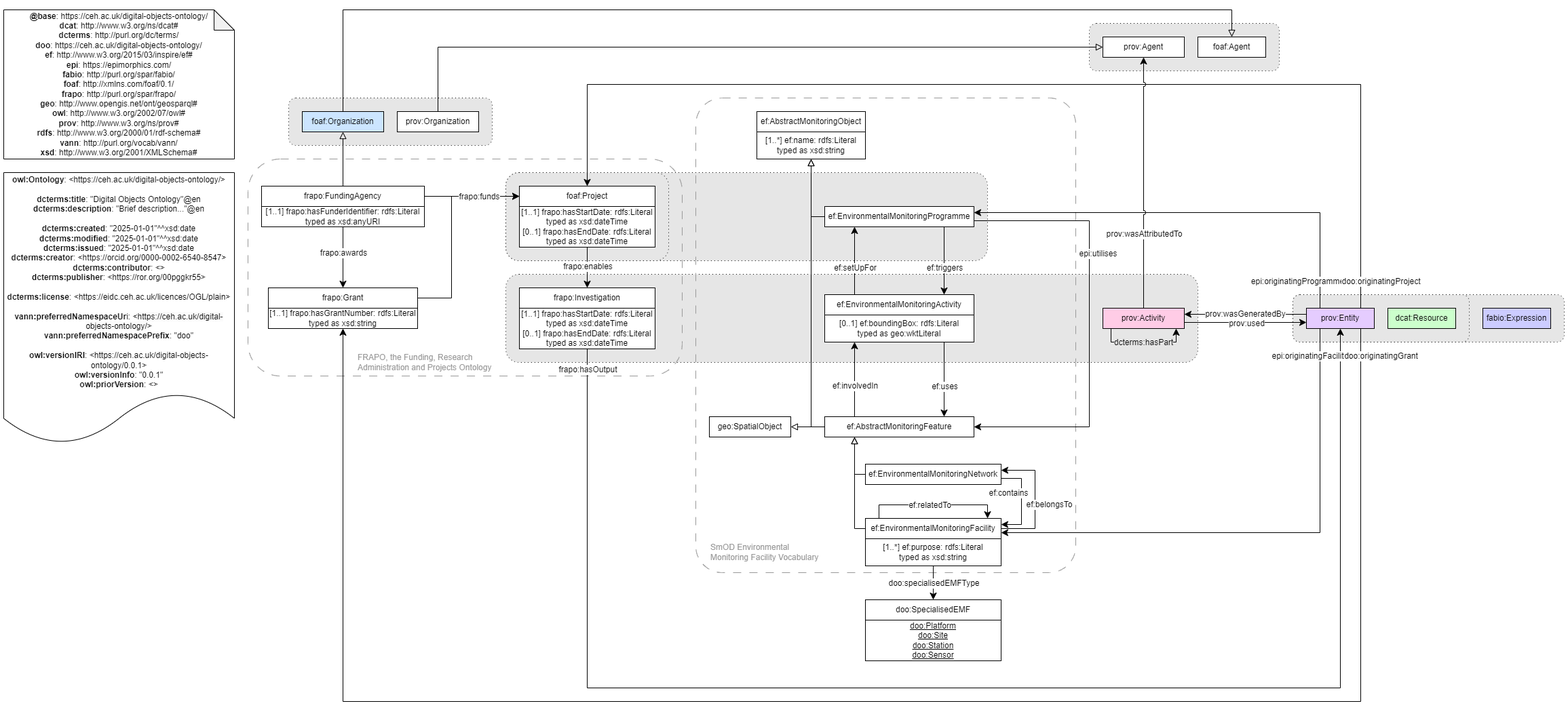
Before: ontology/digital_objects_ontology.png, a diagram exported from draw.io (NERC-CEH/digital-objects-ontology). Source tidied: cells renumbered, new cells last; positions are measured from the earlier drawing's top-left corner, leaving out a move shared by most shapes.
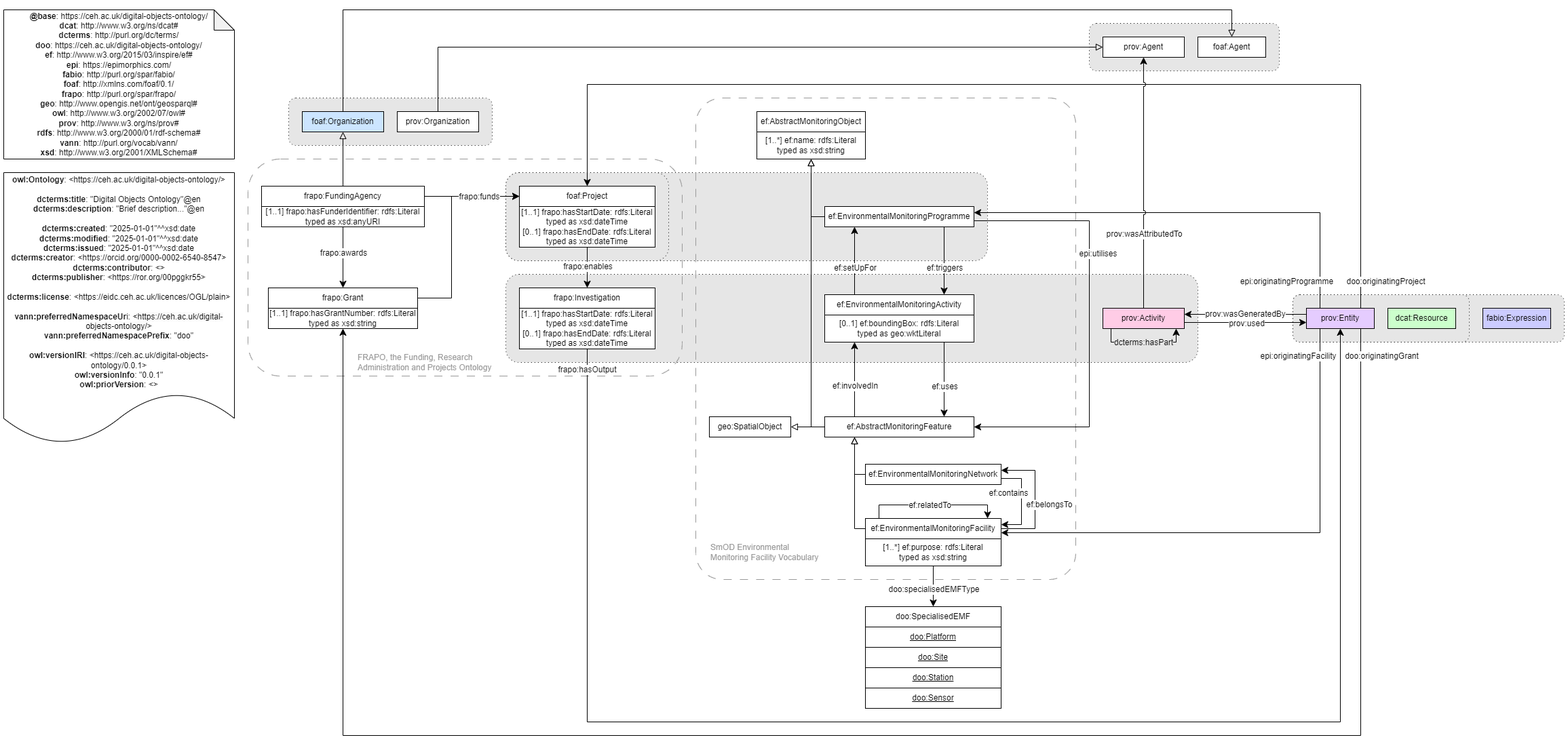
The same diagram one commit later.

What changed in the source:
```diff
@@ -38,7 +38,7 @@
       <mxGeometry x="1600" y="20" width="280" height="70" as="geometry" />
     </mxCell>
     <mxCell id="12" style="rounded=1;whiteSpace=wrap;html=1;fillColor=none;dashed=1;dashPattern=12 12;strokeColor=#999999;arcSize=7;" parent="1" vertex="1">
-      <mxGeometry x="1020" y="130" width="560" height="700" as="geometry" />
+      <mxGeometry x="1020" y="130" width="560" height="710" as="geometry" />
     </mxCell>
     <mxCell id="13" style="endArrow=classic;html=1;exitX=0.2;exitY=0;exitDx=0;exitDy=0;entryX=0.2;entryY=1;entryDx=0;entryDy=0;endSize=8;arcSize=0;rounded=0;" parent="1" edge="1" source="21" target="90">
       <mxGeometry relative="1" as="geometry" />
@@ -120,7 +120,7 @@
     </mxCell>
     <mxCell id="31" value="&lt;div&gt;doo:specialisedEMFType&lt;/div&gt;" style="edgeLabel;html=1;align=center;verticalAlign=middle;fontSize=12;" parent="30" vertex="1">
       <mxGeometry x="-0.19" y="-1" relative="1" as="geometry">
-        <mxPoint x="1" y="5" as="offset" />
+        <mxPoint x="1" y="10" as="offset" />
       </mxGeometry>
     </mxCell>
     <mxCell id="32" style="endArrow=classic;html=1;entryX=1;entryY=0.3;entryDx=0;entryDy=0;endSize=8;arcSize=0;rounded=0;exitX=1;exitY=0.5;exitDx=0;exitDy=0;" parent="1" edge="1" source="92" target="22">
@@ -194,14 +194,14 @@
     <mxCell id="48" style="endArrow=classic;html=1;exitX=0.5;exitY=1;exitDx=0;exitDy=0;endSize=8;arcSize=0;rounded=0;entryX=0.5;entryY=1;entryDx=0;entryDy=0;" parent="1" edge="1" source="45" target="70">
       <mxGeometry relative="1" as="geometry">
         <Array as="points">
-          <mxPoint x="860" y="1000" />
-          <mxPoint x="1970" y="1000" />
+          <mxPoint x="860" y="1050" />
+          <mxPoint x="1970" y="1050" />
         </Array>
       </mxGeometry>
     </mxCell>
     <mxCell id="49" value="&lt;div&gt;frapo:hasOutput&lt;/div&gt;" style="text;html=1;align=center;verticalAlign=middle;labelBackgroundColor=#ffffff;" parent="48" vertex="1">
       <mxGeometry x="-0.13" relative="1" as="geometry">
-        <mxPoint x="-434" y="-470" as="offset" />
+        <mxPoint x="-428" y="-520" as="offset" />
       </mxGeometry>
     </mxCell>
     <mxCell id="50" value="geo:SpatialObject" style="rounded=0;whiteSpace=wrap;html=1;snapToPoint=1;points=[[0.1,0],[0.2,0],[0.3,0],[0.4,0],[0.5,0],[0.6,0],[0.7,0],[0.8,0],[0.9,0],[0,0.1],[0,0.3],[0,0.5],[0,0.7],[0,0.9],[0.1,1],[0.2,1],[0.3,1],[0.4,1],[0.5,1],[0.6,1],[0.7,1],[0.8,1],[0.9,1],[1,0.1],[1,0.3],[1,0.5],[1,0.7],[1,0.9]];" parent="1" vertex="1">
@@ -252,7 +252,7 @@
     </mxCell>
     <mxCell id="61" value="&lt;div&gt;&lt;font&gt;epi:originatingProgramme&lt;/font&gt;&lt;/div&gt;" style="edgeLabel;html=1;align=center;verticalAlign=middle;fontSize=12;labelBackgroundColor=#FFFFFF;" parent="60" vertex="1">
       <mxGeometry x="-0.19" y="-1" relative="1" as="geometry">
-        <mxPoint x="89" y="102" as="offset" />
+        <mxPoint x="73" y="102" as="offset" />
       </mxGeometry>
     </mxCell>
     <mxCell id="62" style="endArrow=classic;html=1;exitX=0.2;exitY=1;exitDx=0;exitDy=0;entryX=1;entryY=0.7;entryDx=0;entryDy=0;endSize=8;arcSize=0;rounded=0;" parent="1" edge="1" source="70" target="92">
@@ -264,7 +264,7 @@
     </mxCell>
     <mxCell id="63" value="&lt;div&gt;&lt;font&gt;epi:originatingFacility&lt;/font&gt;&lt;/div&gt;" style="edgeLabel;html=1;align=center;verticalAlign=middle;fontSize=12;" parent="62" vertex="1">
       <mxGeometry x="-0.19" y="-1" relative="1" as="geometry">
-        <mxPoint x="-5" y="-260" as="offset" />
+        <mxPoint x="-22" y="-260" as="offset" />
       </mxGeometry>
     </mxCell>
     <mxCell id="64" style="endArrow=classic;html=1;exitX=0.1;exitY=1;exitDx=0;exitDy=0;entryX=0.9;entryY=1;entryDx=0;entryDy=0;endSize=8;arcSize=0;rounded=1;" parent="1" edge="1" source="17" target="17">
@@ -301,14 +301,14 @@
     <mxCell id="72" style="endArrow=classic;html=1;exitX=0.8;exitY=1;exitDx=0;exitDy=0;entryX=0.5;entryY=1;entryDx=0;entryDy=0;endSize=8;arcSize=0;rounded=0;" parent="1" edge="1" source="70" target="67">
       <mxGeometry relative="1" as="geometry">
         <Array as="points">
-          <mxPoint x="2000" y="1020" />
-          <mxPoint x="500" y="1020" />
+          <mxPoint x="2000" y="1070" />
+          <mxPoint x="500" y="1070" />
         </Array>
       </mxGeometry>
     </mxCell>
     <mxCell id="73" value="&lt;div&gt;&lt;font&gt;doo:originatingGrant&lt;/font&gt;&lt;/div&gt;" style="edgeLabel;html=1;align=center;verticalAlign=middle;fontSize=12;" parent="72" vertex="1">
       <mxGeometry x="-0.19" y="-1" relative="1" as="geometry">
-        <mxPoint x="531" y="-509" as="offset" />
+        <mxPoint x="522" y="-559" as="offset" />
       </mxGeometry>
     </mxCell>
     <mxCell id="74" style="group;" parent="1" vertex="1">
@@ -336,7 +336,7 @@
     </mxCell>
     <mxCell id="80" value="&lt;div&gt;&lt;font&gt;doo:originatingProject&lt;/font&gt;&lt;/div&gt;" style="edgeLabel;html=1;align=center;verticalAlign=middle;fontSize=12;" parent="79" vertex="1">
       <mxGeometry x="-0.19" y="-1" relative="1" as="geometry">
-        <mxPoint x="355" y="291" as="offset" />
+        <mxPoint x="362" y="291" as="offset" />
       </mxGeometry>
     </mxCell>
     <mxCell id="81" value="&lt;div&gt;&lt;b style=&quot;border-color: var(--border-color);&quot;&gt;owl:Ontology&lt;/b&gt;: &amp;lt;&lt;span style=&quot;background-color: rgb(251, 251, 251); color: light-dark(rgb(0, 0, 0), rgb(237, 237, 237));&quot;&gt;https://&lt;/span&gt;&lt;span style=&quot;background-color: light-dark(rgb(255, 255, 255), rgb(18, 18, 18)); color: light-dark(rgb(0, 0, 0), rgb(237, 237, 237));&quot;&gt;ceh.ac.uk/digital-objects-ontology/&amp;gt;&lt;/span&gt;&lt;/div&gt;&lt;div&gt;&lt;b&gt;&lt;br&gt;&lt;/b&gt;&lt;/div&gt;&lt;div&gt;&lt;b&gt;dcterms:title&lt;/b&gt;: &quot;Digital Objects Ontology&quot;@en &lt;br&gt;&lt;b&gt;dc&lt;/b&gt;&lt;b style=&quot;color: light-dark(rgb(0, 0, 0), rgb(237, 237, 237));&quot;&gt;terms&lt;/b&gt;&lt;b style=&quot;background-color: light-dark(rgb(255, 255, 255), rgb(18, 18, 18)); color: light-dark(rgb(0, 0, 0), rgb(237, 237, 237));&quot;&gt;:description&lt;/b&gt;&lt;span style=&quot;background-color: light-dark(rgb(255, 255, 255), rgb(18, 18, 18)); color: light-dark(rgb(0, 0, 0), rgb(237, 237, 237));&quot;&gt;: &quot;Brief description...&quot;@en&lt;/span&gt;&lt;/div&gt;&lt;div&gt;&lt;br&gt;&lt;b&gt;dc&lt;/b&gt;&lt;b style=&quot;color: light-dark(rgb(0, 0, 0), rgb(237, 237, 237));&quot;&gt;terms&lt;/b&gt;&lt;b style=&quot;background-color: light-dark(rgb(255, 255, 255), rgb(18, 18, 18)); color: light-dark(rgb(0, 0, 0), rgb(237, 237, 237));&quot;&gt;:created&lt;/b&gt;&lt;span style=&quot;background-color: light-dark(rgb(255, 255, 255), rgb(18, 18, 18)); color: light-dark(rgb(0, 0, 0), rgb(237, 237, 237));&quot;&gt;: &quot;2025-01-01&quot;^^xsd:date&lt;/span&gt;&lt;/div&gt;&lt;div&gt;&lt;div&gt;&lt;b&gt;dc&lt;/b&gt;&lt;b style=&quot;color: light-dark(rgb(0, 0, 0), rgb(237, 237, 237));&quot;&gt;terms&lt;/b&gt;&lt;b style=&quot;background-color: light-dark(rgb(255, 255, 255), rgb(18, 18, 18)); color: light-dark(rgb(0, 0, 0), rgb(237, 237, 237));&quot;&gt;:modified&lt;/b&gt;&lt;span style=&quot;background-color: light-dark(rgb(255, 255, 255), rgb(18, 18, 18)); color: light-dark(rgb(0, 0, 0), rgb(237, 237, 237));&quot;&gt;: &quot;2025-01-01&quot;^^xsd:date&lt;/span&gt;&lt;/div&gt;&lt;/div&gt;&lt;div&gt;&lt;div&gt;&lt;b&gt;dc&lt;/b&gt;&lt;b style=&quot;color: light-dark(rgb(0, 0, 0), rgb(237, 237, 237));&quot;&gt;terms&lt;/b&gt;&lt;b style=&quot;background-color: light-dark(rgb(255, 255, 255), rgb(18, 18, 18)); color: light-dark(rgb(0, 0, 0), rgb(237, 237, 237));&quot;&gt;:issued&lt;/b&gt;&lt;span style=&quot;background-color: light-dark(rgb(255, 255, 255), rgb(18, 18, 18)); color: light-dark(rgb(0, 0, 0), rgb(237, 237, 237));&quot;&gt;: &quot;2025-01-01&quot;^^xsd:date&lt;/span&gt;&lt;/div&gt;&lt;/div&gt;&lt;div&gt;&lt;b style=&quot;background-color: light-dark(rgb(255, 255, 255), rgb(18, 18, 18)); color: light-dark(rgb(0, 0, 0), rgb(237, 237, 237));&quot;&gt;dc&lt;/b&gt;&lt;b style=&quot;background-color: light-dark(rgb(255, 255, 255), rgb(18, 18, 18)); color: light-dark(rgb(0, 0, 0), rgb(237, 237, 237));&quot;&gt;terms&lt;/b&gt;&lt;b style=&quot;color: light-dark(rgb(0, 0, 0), rgb(237, 237, 237)); background-color: light-dark(rgb(255, 255, 255), rgb(18, 18, 18));&quot;&gt;:creator&lt;/b&gt;&lt;span style=&quot;color: light-dark(rgb(0, 0, 0), rgb(237, 237, 237)); background-color: light-dark(rgb(255, 255, 255), rgb(18, 18, 18));&quot;&gt;: &amp;lt;ht&lt;/span&gt;&lt;span style=&quot;color: light-dark(rgb(0, 0, 0), rgb(237, 237, 237)); background-color: light-dark(rgb(255, 255, 255), rgb(18, 18, 18));&quot;&gt;&lt;font style=&quot;color: rgb(0, 0, 0);&quot;&gt;tps://orcid.org/0000-0002-6540-8547&amp;gt;&lt;/font&gt;&lt;/span&gt;&lt;br&gt;&lt;/div&gt;&lt;div&gt;&lt;b style=&quot;background-color: light-dark(rgb(255, 255, 255), rgb(18, 18, 18)); color: light-dark(rgb(0, 0, 0), rgb(237, 237, 237));&quot;&gt;dc&lt;/b&gt;&lt;b style=&quot;background-color: light-dark(rgb(255, 255, 255), rgb(18, 18, 18)); color: light-dark(rgb(0, 0, 0), rgb(237, 237, 237));&quot;&gt;terms&lt;/b&gt;&lt;b style=&quot;color: light-dark(rgb(0, 0, 0), rgb(237, 237, 237)); background-color: light-dark(rgb(255, 255, 255), rgb(18, 18, 18));&quot;&gt;:contributor&lt;/b&gt;&lt;span style=&quot;color: light-dark(rgb(0, 0, 0), rgb(237, 237, 237)); background-color: light-dark(rgb(255, 255, 255), rgb(18, 18, 18));&quot;&gt;: &amp;lt;&lt;/span&gt;&lt;span style=&quot;color: light-dark(rgb(0, 0, 0), rgb(237, 237, 237)); background-color: light-dark(rgb(255, 255, 255), rgb(18, 18, 18));&quot;&gt;&lt;font style=&quot;color: rgb(0, 0, 0);&quot;&gt;&amp;gt;&lt;/font&gt;&lt;/span&gt;&lt;br&gt;&lt;/div&gt;&lt;div&gt;&lt;font style=&quot;color: rgb(0, 0, 0);&quot;&gt;&lt;b&gt;dc&lt;/b&gt;&lt;b style=&quot;&quot;&gt;terms&lt;/b&gt;&lt;b style=&quot;background-color: light-dark(rgb(255, 255, 255), rgb(18, 18, 18));&quot;&gt;:publisher&lt;/b&gt;&lt;span style=&quot;background-color: light-dark(rgb(255, 255, 255), rgb(18, 18, 18));&quot;&gt;: &amp;lt;https://ror.org/00pggkr55&amp;gt;&lt;/span&gt;&lt;/font&gt;&lt;/div&gt;&lt;div&gt;&lt;br&gt;&lt;b&gt;dc&lt;/b&gt;&lt;b style=&quot;color: light-dark(rgb(0, 0, 0), rgb(237, 237, 237));&quot;&gt;terms&lt;/b&gt;&lt;b style=&quot;background-color: light-dark(rgb(255, 255, 255), rgb(18, 18, 18)); color: light-dark(rgb(0, 0, 0), rgb(237, 237, 237));&quot;&gt;:license&lt;/b&gt;&lt;span style=&quot;background-color: light-dark(rgb(255, 255, 255), rgb(18, 18, 18)); color: light-dark(rgb(0, 0, 0), rgb(237, 237, 237));&quot;&gt;: &amp;lt;https://eidc.ceh.ac.uk/licences/OGL/plain&amp;gt;&lt;/span&gt;&lt;/div&gt;&lt;div&gt;&lt;br&gt;&lt;/div&gt;&lt;div&gt;&lt;b&gt;vann:preferredNamespaceUr&lt;/b&gt;i: &amp;lt;&lt;span style=&quot;background-color: rgb(251, 251, 251); color: light-dark(rgb(0, 0, 0), rgb(237, 237, 237));&quot;&gt;https://&lt;/span&gt;&lt;span style=&quot;color: light-dark(rgb(0, 0, 0), rgb(237, 237, 237)); background-color: rgb(251, 251, 251);&quot;&gt;ceh.ac.uk/digital-objects-ontology/&lt;/span&gt;&lt;span style=&quot;background-color: light-dark(rgb(255, 255, 255), rgb(18, 18, 18)); color: light-dark(rgb(0, 0, 0), rgb(237, 237, 237));&quot;&gt;&amp;gt;&lt;/span&gt;&lt;/div&gt;&lt;div&gt;&lt;b&gt;vann:preferredNamespacePrefix&lt;/b&gt;: &quot;doo&quot; &lt;br&gt;&lt;br&gt;&lt;b&gt;owl:versionIRI&lt;/b&gt;: &amp;lt;&lt;span style=&quot;color: light-dark(rgb(0, 0, 0), rgb(237, 237, 237)); background-color: rgb(251, 251, 251);&quot;&gt;https://&lt;/span&gt;&lt;span style=&quot;color: light-dark(rgb(0, 0, 0), rgb(237, 237, 237)); background-color: light-dark(rgb(255, 255, 255), rgb(18, 18, 18));&quot;&gt;ceh.ac.uk/digital-objects-ontology/&lt;/span&gt;0.0.1&amp;gt;&lt;br&gt;&lt;b&gt;owl:versionInfo&lt;/b&gt;: &quot;0.0.1&quot;&lt;br&gt;&lt;b&gt;owl:priorVersion&lt;/b&gt;: &amp;lt;&amp;gt;&lt;br&gt;&lt;/div&gt;" style="shape=document;whiteSpace=wrap;html=1;boundedLbl=1;labelBackgroundColor=#ffffff;strokeColor=#000000;fontSize=12;fontColor=#000000;size=0.1875;" parent="1" vertex="1">
@@ -403,14 +403,20 @@
         <mxPoint x="13" y="-1" as="offset" />
       </mxGeometry>
     </mxCell>
-    <mxCell id="96" style="group;" parent="1" vertex="1">
-      <mxGeometry x="1270" y="870" width="200" height="90" as="geometry" />
-    </mxCell>
-    <mxCell id="97" value="doo:SpecialisedEMF" style="rounded=0;whiteSpace=wrap;html=1;snapToPoint=1;points=[[0.1,0],[0.2,0],[0.3,0],[0.4,0],[0.5,0],[0.6,0],[0.7,0],[0.8,0],[0.9,0],[0,0.1],[0,0.3],[0,0.5],[0,0.7],[0,0.9],[0.1,1],[0.2,1],[0.3,1],[0.4,1],[0.5,1],[0.6,1],[0.7,1],[0.8,1],[0.9,1],[1,0.1],[1,0.3],[1,0.5],[1,0.7],[1,0.9]];" parent="96" vertex="1">
-      <mxGeometry width="200" height="30" as="geometry" />
+    <mxCell id="97" value="doo:SpecialisedEMF" style="rounded=0;whiteSpace=wrap;html=1;snapToPoint=1;points=[[0.1,0],[0.2,0],[0.3,0],[0.4,0],[0.5,0],[0.6,0],[0.7,0],[0.8,0],[0.9,0],[0,0.1],[0,0.3],[0,0.5],[0,0.7],[0,0.9],[0.1,1],[0.2,1],[0.3,1],[0.4,1],[0.5,1],[0.6,1],[0.7,1],[0.8,1],[0.9,1],[1,0.1],[1,0.3],[1,0.5],[1,0.7],[1,0.9]];" parent="1" vertex="1">
+      <mxGeometry x="1270" y="880" width="200" height="30" as="geometry" />
     </mxCell>
-    <mxCell id="98" value="&lt;u&gt;doo:Platform&lt;/u&gt;&lt;div&gt;&lt;u&gt;doo:Site&lt;/u&gt;&lt;u&gt;&lt;/u&gt;&lt;/div&gt;&lt;div&gt;&lt;u&gt;doo:Station&lt;/u&gt;&lt;u&gt;&lt;/u&gt;&lt;/div&gt;&lt;div&gt;&lt;u&gt;doo:Sensor&lt;/u&gt;&lt;u&gt;&lt;/u&gt;&lt;/div&gt;" style="rounded=0;whiteSpace=wrap;html=1;" parent="96" vertex="1">
-      <mxGeometry y="30" width="200" height="60" as="geometry" />
+    <mxCell id="98" value="&lt;u&gt;doo:Platform&lt;/u&gt;" style="rounded=0;whiteSpace=wrap;html=1;" parent="1" vertex="1">
+      <mxGeometry x="1270" y="910" width="200" height="30" as="geometry" />
     </mxCell>
+    <mxCell id="99" value="&lt;div&gt;&lt;u&gt;doo:Station&lt;/u&gt;&lt;/div&gt;" style="rounded=0;whiteSpace=wrap;html=1;" parent="1" vertex="1">
+      <mxGeometry x="1270" y="970" width="200" height="30" as="geometry" />
+    </mxCell>
+    <mxCell id="100" value="&lt;div&gt;&lt;u&gt;doo:Site&lt;/u&gt;&lt;/div&gt;" style="rounded=0;whiteSpace=wrap;html=1;" parent="1" vertex="1">
+      <mxGeometry x="1270" y="940" width="200" height="30" as="geometry" />
+    </mxCell>
+    <mxCell id="101" value="&lt;div&gt;&lt;u&gt;doo:Sensor&lt;/u&gt;&lt;u&gt;&lt;/u&gt;&lt;/div&gt;" style="rounded=0;whiteSpace=wrap;html=1;" parent="1" vertex="1">
+      <mxGeometry x="1270" y="1000" width="200" height="30" as="geometry" />
+    </mxCell>
   </root>
 </mxGraphModel>
```
